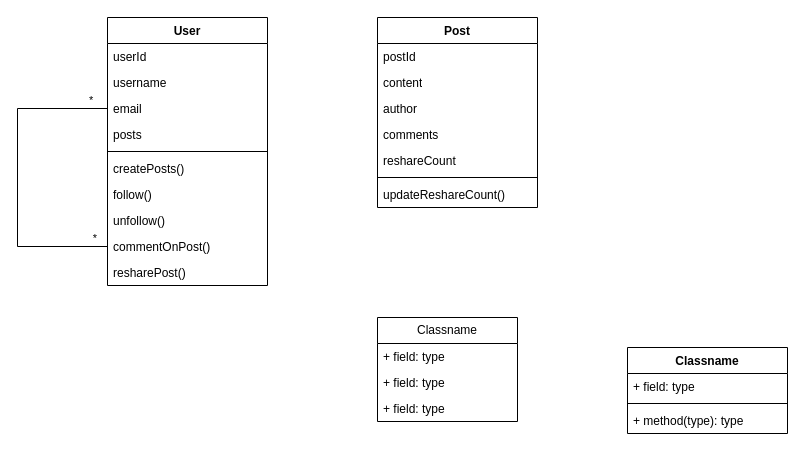
Above: social_network.drawio in jilv220/UMLs (draw.io), before the change. Source tidied: cells renumbered, new cells numbered last; positions are measured from the earlier drawing's top-left corner, leaving out a move shared by most shapes. Both pictures are drawn from the tidied source at 100%, with x=0, y=0 at pixel (17, 17).
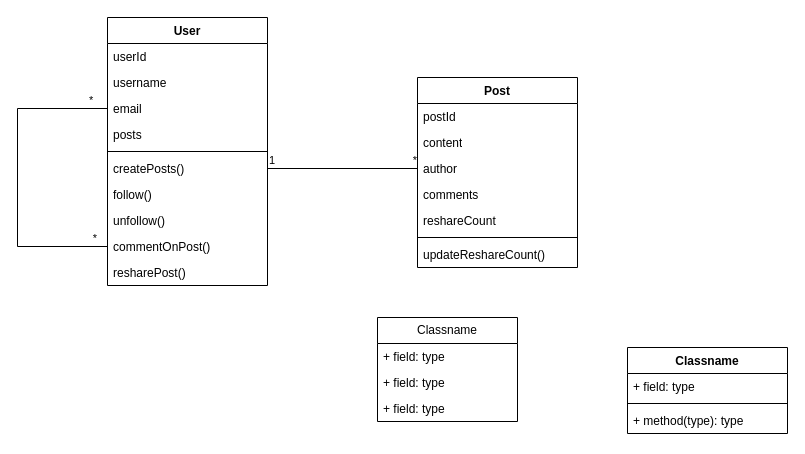
Above is the later version.

The change refers to these unchanged cells:
```xml
<mxCell id="8" value="createPosts()" style="text;strokeColor=none;fillColor=none;align=left;verticalAlign=top;spacingLeft=4;spacingRight=4;overflow=hidden;points=[[0,0.5],[1,0.5]];portConstraint=eastwest;whiteSpace=wrap;html=1;" parent="2" vertex="1">
  <mxGeometry y="138" width="160" height="26" as="geometry" />
</mxCell>
<mxCell id="27" value="author" style="text;strokeColor=none;fillColor=none;align=left;verticalAlign=top;spacingLeft=4;spacingRight=4;overflow=hidden;points=[[0,0.5],[1,0.5]];portConstraint=eastwest;whiteSpace=wrap;html=1;" parent="24" vertex="1">
  <mxGeometry y="78" width="160" height="26" as="geometry" />
</mxCell>
```

What changed in the source:
```diff
@@
     <mxCell id="24" value="Post" style="swimlane;fontStyle=1;align=center;verticalAlign=top;horizontal=1;startSize=26;whiteSpace=wrap;html=1;" parent="1" vertex="1">
-      <mxGeometry x="360" width="160" height="190" as="geometry" />
+      <mxGeometry x="400" y="60" width="160" height="190" as="geometry" />
     </mxCell>
@@
+    <mxCell id="32" style="endArrow=none;html=1;edgeStyle=orthogonalEdgeStyle;rounded=0;exitX=1;exitY=0.5;exitDx=0;exitDy=0;entryX=0;entryY=0.5;entryDx=0;entryDy=0;" parent="1" edge="1" source="8" target="27">
+      <mxGeometry relative="1" as="geometry" />
+    </mxCell>
+    <mxCell id="33" value="1" style="edgeLabel;html=1;align=left;verticalAlign=bottom;" parent="32" vertex="1">
+      <mxGeometry x="-1" relative="1" as="geometry" />
+    </mxCell>
+    <mxCell id="34" value="*" style="edgeLabel;html=1;align=right;verticalAlign=bottom;" parent="32" vertex="1">
+      <mxGeometry x="1" relative="1" as="geometry" />
+    </mxCell>
```
